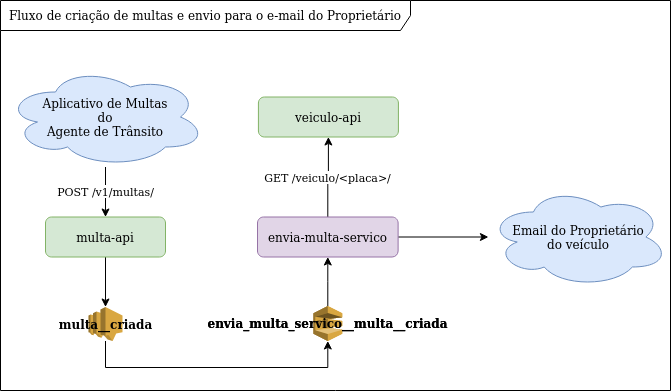
Above: imagens/fluxo-multa.png in olist/palestra-microsservicos (draw.io), before the change. Source tidied: cells renumbered, new cells last; positions are measured from the earlier drawing's top-left corner, leaving out a move shared by most shapes.
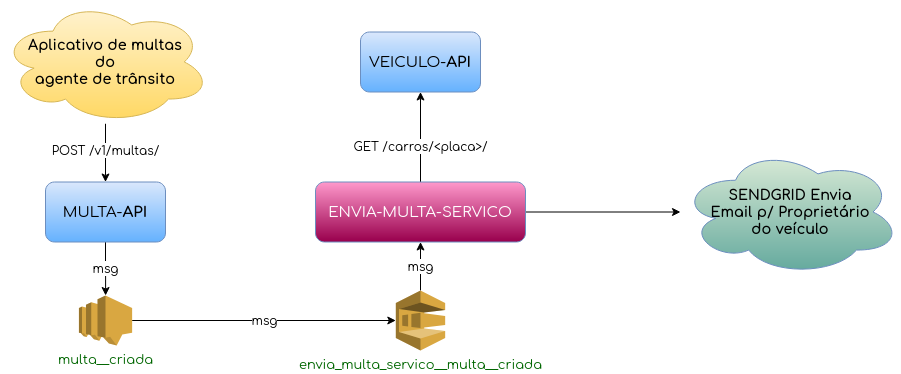
The same file after the commit.

Commit message:
Melhorando imagem do fluxo de envio de multas por email

Diff of the diagram source:
```diff
@@ -2,55 +2,44 @@
   <root>
     <mxCell id="0" />
     <mxCell id="1" parent="0" />
-    <mxCell id="2" value="Fluxo de criação de multas e envio para o e-mail do Proprietário" style="shape=umlFrame;whiteSpace=wrap;html=1;width=410;height=30;" parent="1" vertex="1">
-      <mxGeometry width="670" height="390" as="geometry" />
+    <mxCell id="2" value="POST /v1/multas/" style="edgeStyle=orthogonalEdgeStyle;rounded=0;jettySize=auto;html=1;fontFamily=Comfortaa;fontSize=12;" parent="1" edge="1" source="4" target="7">
+      <mxGeometry x="-0.06" relative="1" as="geometry" />
     </mxCell>
-    <mxCell id="3" style="edgeStyle=orthogonalEdgeStyle;rounded=0;jettySize=auto;html=1;" parent="1" edge="1" source="4" target="7">
-      <mxGeometry relative="1" as="geometry" />
+    <mxCell id="3" value="GET /carros/&amp;lt;placa&amp;gt;/" style="edgeStyle=orthogonalEdgeStyle;rounded=0;jettySize=auto;html=1;fontFamily=Comfortaa;fontSize=12;" parent="1" edge="1" source="9" target="10">
+      <mxGeometry x="-0.19" relative="1" as="geometry" />
     </mxCell>
-    <mxCell id="4" value="multa-api" style="rounded=1;whiteSpace=wrap;html=1;fillColor=#d5e8d4;strokeColor=#82b366;" parent="1" vertex="1">
-      <mxGeometry x="45" y="216.5" width="120" height="40" as="geometry" />
+    <mxCell id="4" value="&lt;div style=&quot;font-size: 14px&quot;&gt;&lt;b&gt;&lt;font style=&quot;font-size: 14px&quot;&gt;Aplicativo de multas&lt;/font&gt;&lt;/b&gt;&lt;/div&gt;&lt;div style=&quot;font-size: 14px&quot;&gt;&lt;b&gt;&lt;font style=&quot;font-size: 14px&quot;&gt; do&lt;/font&gt;&lt;/b&gt;&lt;/div&gt;&lt;div style=&quot;font-size: 14px&quot;&gt;&lt;b&gt;&lt;font style=&quot;font-size: 14px&quot;&gt; agente de trânsito&lt;/font&gt;&lt;/b&gt;&lt;/div&gt;" style="ellipse;shape=cloud;whiteSpace=wrap;html=1;fillColor=#FFF2CC;strokeColor=#d6b656;gradientColor=#FFD966;fontFamily=Comfortaa;" parent="1" vertex="1">
+      <mxGeometry x="-200" y="74.7" width="210" height="123.5" as="geometry" />
     </mxCell>
-    <mxCell id="5" value="POST /v1/multas/" style="edgeStyle=orthogonalEdgeStyle;rounded=0;jettySize=auto;html=1;" parent="1" edge="1" source="15" target="4">
-      <mxGeometry x="-0.06" relative="1" as="geometry" />
+    <mxCell id="5" value="&lt;div style=&quot;font-size: 14px&quot;&gt;&lt;b&gt;&lt;font style=&quot;font-size: 14px&quot;&gt;SENDGRID Envia &lt;br&gt;&lt;/font&gt;&lt;/b&gt;&lt;/div&gt;&lt;div style=&quot;font-size: 14px&quot;&gt;&lt;b&gt;&lt;font style=&quot;font-size: 14px&quot;&gt;Email p/ Proprietário&lt;/font&gt;&lt;/b&gt;&lt;/div&gt;&lt;div style=&quot;font-size: 14px&quot;&gt;&lt;b&gt;&lt;font style=&quot;font-size: 14px&quot;&gt;do veículo&lt;/font&gt;&lt;/b&gt;&lt;/div&gt;" style="ellipse;shape=cloud;whiteSpace=wrap;html=1;fillColor=#D5E8D4;strokeColor=#6c8ebf;gradientColor=#67AB9F;fontColor=#000000;fontFamily=Comfortaa;" parent="1" vertex="1">
+      <mxGeometry x="480" y="223" width="220" height="127" as="geometry" />
     </mxCell>
-    <mxCell id="6" style="edgeStyle=orthogonalEdgeStyle;rounded=0;jettySize=auto;html=1;entryX=0.5;entryY=1;entryDx=0;entryDy=0;entryPerimeter=0;" parent="1" edge="1" source="7" target="9">
-      <mxGeometry relative="1" as="geometry">
-        <Array as="points">
-          <mxPoint x="105" y="367" />
-          <mxPoint x="327" y="367" />
-        </Array>
-      </mxGeometry>
+    <mxCell id="6" value="msg" style="edgeStyle=orthogonalEdgeStyle;rounded=0;jettySize=auto;html=1;fontFamily=Comfortaa;fontColor=#000000;fontSize=12;" parent="1" edge="1" source="7" target="12">
+      <mxGeometry relative="1" as="geometry" />
     </mxCell>
-    <mxCell id="7" value="&lt;b&gt;multa__criada&lt;/b&gt;" style="outlineConnect=0;dashed=0;verticalLabelPosition=middle;verticalAlign=middle;align=center;html=1;shape=mxgraph.aws3.sns;fillColor=#D9A741;gradientColor=none;labelPosition=center;" parent="1" vertex="1">
-      <mxGeometry x="88" y="306.5" width="34" height="34" as="geometry" />
+    <mxCell id="7" value="&lt;font style=&quot;font-size: 15px&quot; face=&quot;Comfortaa&quot;&gt;MULTA-&lt;font style=&quot;font-size: 15px&quot;&gt;&lt;b&gt;&lt;font style=&quot;font-size: 15px&quot;&gt;API&lt;/font&gt;&lt;/b&gt;&lt;/font&gt;&lt;/font&gt;" style="rounded=1;whiteSpace=wrap;html=1;fillColor=#dae8fc;strokeColor=#6c8ebf;gradientDirection=south;gradientColor=#66B2FF;" parent="1" vertex="1">
+      <mxGeometry x="-155" y="256.5" width="120" height="60" as="geometry" />
     </mxCell>
-    <mxCell id="8" style="edgeStyle=orthogonalEdgeStyle;rounded=0;jettySize=auto;html=1;" parent="1" edge="1" source="9" target="12">
+    <mxCell id="8" style="edgeStyle=orthogonalEdgeStyle;rounded=0;jettySize=auto;html=1;fontFamily=Comfortaa;fontColor=#000000;" parent="1" edge="1" source="9" target="5">
       <mxGeometry relative="1" as="geometry" />
     </mxCell>
-    <mxCell id="9" value="&lt;b&gt;envia_multa_servico__multa__criada&lt;/b&gt;" style="outlineConnect=0;dashed=0;verticalLabelPosition=middle;verticalAlign=middle;align=center;html=1;shape=mxgraph.aws3.sqs;fillColor=#D9A741;gradientColor=none;labelPosition=center;" parent="1" vertex="1">
-      <mxGeometry x="312.9" y="305.5" width="28.8" height="35" as="geometry" />
+    <mxCell id="9" value="&lt;font style=&quot;font-size: 15px&quot; face=&quot;Comfortaa&quot; color=&quot;#FFFFFF&quot;&gt;ENVIA-MULTA-SERVICO&lt;/font&gt;" style="rounded=1;whiteSpace=wrap;html=1;fillColor=#FF99CC;strokeColor=#6c8ebf;gradientDirection=south;gradientColor=#99004D;" parent="1" vertex="1">
+      <mxGeometry x="115" y="256.5" width="210" height="60" as="geometry" />
     </mxCell>
-    <mxCell id="10" value="GET /veiculo/&amp;lt;placa&amp;gt;/" style="edgeStyle=orthogonalEdgeStyle;rounded=0;jettySize=auto;html=1;" parent="1" edge="1" source="12" target="13">
-      <mxGeometry relative="1" as="geometry" />
+    <mxCell id="10" value="&lt;font style=&quot;font-size: 15px&quot; face=&quot;Comfortaa&quot;&gt;VEICULO-&lt;font style=&quot;font-size: 15px&quot;&gt;&lt;b&gt;&lt;font style=&quot;font-size: 15px&quot;&gt;API&lt;/font&gt;&lt;/b&gt;&lt;/font&gt;&lt;/font&gt;" style="rounded=1;whiteSpace=wrap;html=1;fillColor=#dae8fc;strokeColor=#6c8ebf;gradientDirection=south;gradientColor=#66B2FF;" parent="1" vertex="1">
+      <mxGeometry x="160" y="106.5" width="120" height="60" as="geometry" />
     </mxCell>
-    <mxCell id="11" style="edgeStyle=orthogonalEdgeStyle;rounded=0;jettySize=auto;html=1;" parent="1" edge="1" source="12" target="16">
+    <mxCell id="11" value="msg" style="edgeStyle=orthogonalEdgeStyle;rounded=0;jettySize=auto;html=1;fontFamily=Comfortaa;fontSize=12;fontColor=#000000;" parent="1" edge="1" source="12" target="14">
       <mxGeometry relative="1" as="geometry" />
     </mxCell>
-    <mxCell id="12" value="envia-multa-servico" style="rounded=1;whiteSpace=wrap;html=1;fillColor=#e1d5e7;strokeColor=#9673a6;" parent="1" vertex="1">
-      <mxGeometry x="257" y="216.5" width="140.6" height="40" as="geometry" />
+    <mxCell id="12" value="&lt;div style=&quot;font-size: 13px;&quot;&gt;multa__criada&lt;/div&gt;" style="outlineConnect=0;dashed=0;verticalLabelPosition=bottom;verticalAlign=top;align=center;html=1;shape=mxgraph.aws3.sns;fillColor=#D9A741;gradientColor=none;fontFamily=Comfortaa;fontColor=#006600;fontSize=13;labelPosition=center;" parent="1" vertex="1">
+      <mxGeometry x="-121.6" y="370" width="53.2" height="50" as="geometry" />
     </mxCell>
-    <mxCell id="13" value="veiculo-api" style="rounded=1;whiteSpace=wrap;html=1;fillColor=#d5e8d4;strokeColor=#82b366;" parent="1" vertex="1">
-      <mxGeometry x="257.9" y="96.5" width="140" height="40" as="geometry" />
+    <mxCell id="13" value="msg" style="edgeStyle=orthogonalEdgeStyle;rounded=0;jettySize=auto;html=1;fontFamily=Comfortaa;fontSize=12;fontColor=#000000;" parent="1" edge="1" source="14" target="9">
+      <mxGeometry relative="1" as="geometry" />
     </mxCell>
-    <mxCell id="14" value="&lt;b&gt;envia_multa_servico__multa__criada&lt;/b&gt;" style="outlineConnect=0;dashed=0;verticalLabelPosition=middle;verticalAlign=middle;align=center;html=1;shape=mxgraph.aws3.sqs;fillColor=#D9A741;gradientColor=none;labelPosition=center;" parent="1" vertex="1">
-      <mxGeometry x="312.9" y="305.5" width="28.8" height="35" as="geometry" />
+    <mxCell id="14" value="envia_multa_servico__multa__criada" style="outlineConnect=0;dashed=0;verticalLabelPosition=bottom;verticalAlign=top;align=center;html=1;shape=mxgraph.aws3.sqs;fillColor=#D9A741;gradientColor=none;fontFamily=Comfortaa;fontSize=13;fontColor=#006600;" parent="1" vertex="1">
+      <mxGeometry x="195.3" y="365" width="49.4" height="60" as="geometry" />
     </mxCell>
-    <mxCell id="15" value="&lt;div&gt;Aplicativo de Multas&lt;/div&gt;&lt;div&gt; do&lt;/div&gt;&lt;div&gt; Agente de Trânsito&lt;/div&gt;" style="ellipse;shape=cloud;whiteSpace=wrap;html=1;fillColor=#dae8fc;strokeColor=#6c8ebf;" parent="1" vertex="1">
-      <mxGeometry x="5" y="66.5" width="200" height="100" as="geometry" />
-    </mxCell>
-    <mxCell id="16" value="&lt;div&gt;Email do Proprietário&lt;/div&gt;&lt;div&gt; do veículo&lt;/div&gt;" style="ellipse;shape=cloud;whiteSpace=wrap;html=1;fillColor=#dae8fc;strokeColor=#6c8ebf;" parent="1" vertex="1">
-      <mxGeometry x="487.9" y="186.5" width="180" height="100" as="geometry" />
-    </mxCell>
   </root>
 </mxGraphModel>
```
